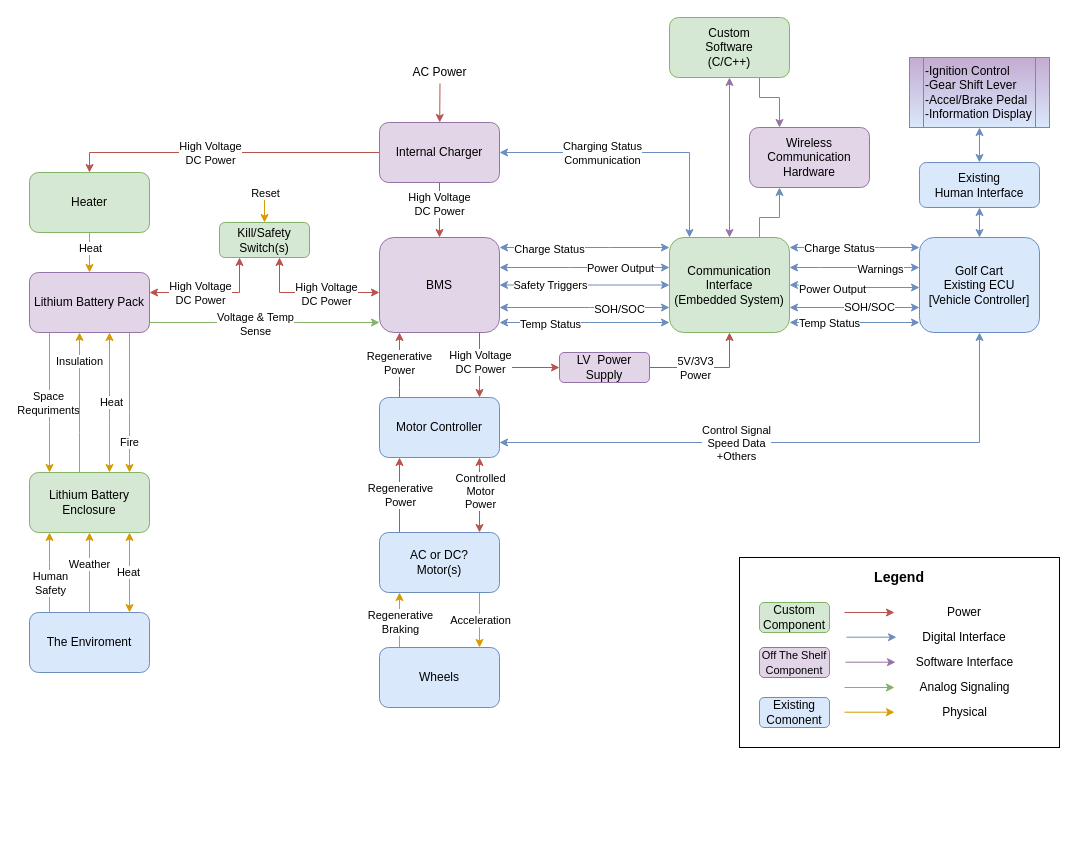
Before: Diagrams/FSD v1.1.drawio in khallman97/ENG4000, a draw.io diagram. Source tidied: cells renumbered, new cells numbered last; positions are measured from the earlier drawing's top-left corner, leaving out a move shared by most shapes. Both pictures are drawn from the tidied source at 100%, with x=0, y=0 at pixel (29, 17).
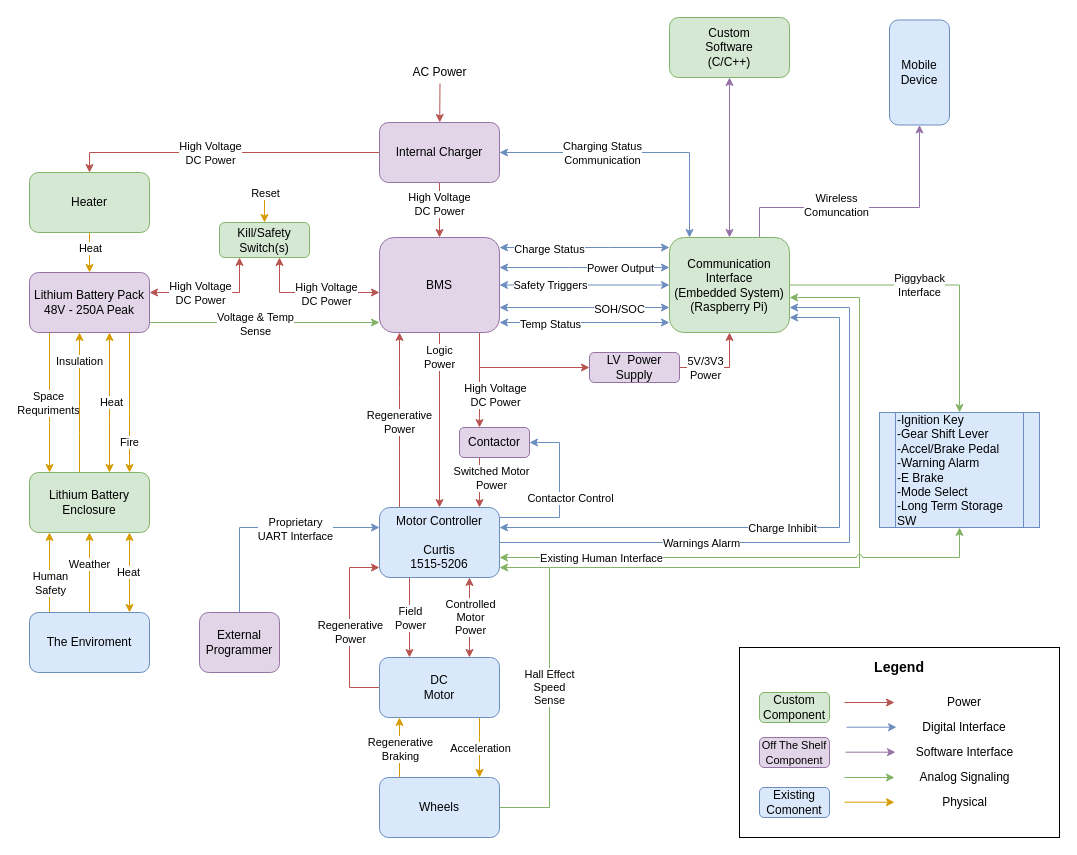
Above is the later version.

Unchanged cells that the change refers to:
```xml
<mxCell id="24" value="BMS" style="rounded=1;whiteSpace=wrap;html=1;fillColor=#e1d5e7;strokeColor=#9673a6;" parent="1" vertex="1">
  <mxGeometry x="350" y="220" width="120" height="95" as="geometry" />
</mxCell>
<mxCell id="70" value="&lt;div&gt;Custom&lt;br&gt;&lt;/div&gt;&lt;div&gt;Software&lt;/div&gt;&lt;div&gt;(C/C++)&lt;br&gt;&lt;/div&gt;" style="rounded=1;whiteSpace=wrap;html=1;fillColor=#d5e8d4;strokeColor=#82b366;" parent="1" vertex="1">
  <mxGeometry x="640" width="120" height="60" as="geometry" />
</mxCell>
<mxCell id="71" style="edgeStyle=orthogonalEdgeStyle;rounded=0;jettySize=auto;html=1;startArrow=none;startFill=0;endArrow=classic;endFill=1;fillColor=#f8cecc;strokeColor=#b85450;" parent="1" edge="1" source="73" target="48">
  <mxGeometry relative="1" as="geometry">
    <Array as="points">
      <mxPoint x="700" y="350" />
    </Array>
  </mxGeometry>
</mxCell>
```

The edit, as a diff of the source:
```diff
@@
+    <mxCell id="108" style="edgeStyle=orthogonalEdgeStyle;rounded=0;jettySize=auto;html=1;startArrow=none;startFill=0;endArrow=classic;endFill=1;fillColor=#d5e8d4;strokeColor=#82b366;jumpStyle=arc;" parent="1" edge="1" source="107" target="48">
+      <mxGeometry relative="1" as="geometry">
+        <Array as="points">
+          <mxPoint x="520" y="790" />
+          <mxPoint x="520" y="550" />
+          <mxPoint x="830" y="550" />
+          <mxPoint x="830" y="280" />
+        </Array>
+      </mxGeometry>
+    </mxCell>
@@
-    <mxCell id="14" value="&lt;div&gt;Lithium Battery Pack&lt;/div&gt;" style="rounded=1;whiteSpace=wrap;html=1;fillColor=#e1d5e7;strokeColor=#9673a6;" parent="1" vertex="1">
+    <mxCell id="14" value="&lt;div&gt;Lithium Battery Pack&lt;/div&gt;&lt;div&gt;48V - 250A Peak&lt;br&gt;&lt;/div&gt;" style="rounded=1;whiteSpace=wrap;html=1;fillColor=#e1d5e7;strokeColor=#9673a6;" parent="1" vertex="1">
       <mxGeometry y="255" width="120" height="60" as="geometry" />
     </mxCell>
@@
+    <mxCell id="109" style="edgeStyle=orthogonalEdgeStyle;rounded=0;jumpStyle=arc;jettySize=auto;html=1;startArrow=none;startFill=0;endArrow=classic;endFill=1;fillColor=#f8cecc;strokeColor=#b85450;" parent="1" edge="1" source="24" target="59">
+      <mxGeometry relative="1" as="geometry" />
+    </mxCell>
+    <mxCell id="110" value="&lt;div&gt;Logic&lt;/div&gt;&lt;div&gt;Power&lt;br&gt;&lt;/div&gt;" style="edgeLabel;html=1;align=center;verticalAlign=middle;" parent="109" vertex="1">
+      <mxGeometry x="0.25" y="-1" relative="1" as="geometry">
+        <mxPoint y="-84.7" as="offset" />
+      </mxGeometry>
+    </mxCell>
@@
-    <mxCell id="35" style="edgeStyle=orthogonalEdgeStyle;rounded=0;jettySize=auto;html=1;startArrow=classic;startFill=1;endArrow=classic;endFill=1;fillColor=#dae8fc;strokeColor=#6c8ebf;" parent="1" edge="1" source="48" target="52">
+    <mxCell id="35" style="edgeStyle=orthogonalEdgeStyle;rounded=0;jettySize=auto;html=1;startArrow=classic;startFill=1;endArrow=classic;endFill=1;fillColor=#dae8fc;strokeColor=#6c8ebf;" parent="1" edge="1" source="48" target="59">
       <mxGeometry relative="1" as="geometry">
         <Array as="points">
-          <mxPoint x="850" y="230" />
-          <mxPoint x="850" y="230" />
+          <mxPoint x="810" y="300" />
+          <mxPoint x="810" y="510" />
         </Array>
       </mxGeometry>
     </mxCell>
-    <mxCell id="36" value="Charge Status" style="edgeLabel;html=1;align=center;verticalAlign=middle;" parent="35" vertex="1">
+    <mxCell id="36" value="&lt;div&gt;Charge Inhibit&lt;br&gt;&lt;/div&gt;" style="edgeLabel;html=1;align=center;verticalAlign=middle;" parent="35" vertex="1">
       <mxGeometry x="-0.09" relative="1" as="geometry">
-        <mxPoint x="-9.3" as="offset" />
+        <mxPoint x="-45" as="offset" />
       </mxGeometry>
     </mxCell>
@@
-    <mxCell id="38" style="edgeStyle=orthogonalEdgeStyle;rounded=0;jettySize=auto;html=1;fillColor=#dae8fc;strokeColor=#6c8ebf;" parent="1" edge="1" source="48" target="87">
-      <mxGeometry relative="1" as="geometry">
-        <Array as="points">
-          <mxPoint x="730" y="200" />
-          <mxPoint x="750" y="200" />
-        </Array>
-      </mxGeometry>
-    </mxCell>
@@
-    <mxCell id="41" style="edgeStyle=orthogonalEdgeStyle;rounded=0;jettySize=auto;html=1;startArrow=classic;startFill=1;fillColor=#dae8fc;strokeColor=#6c8ebf;" parent="1" edge="1" source="48" target="52">
-      <mxGeometry relative="1" as="geometry">
-        <Array as="points">
-          <mxPoint x="825" y="268" />
-          <mxPoint x="825" y="270" />
-        </Array>
-      </mxGeometry>
-    </mxCell>
-    <mxCell id="42" value="Power Output" style="edgeLabel;html=1;align=center;verticalAlign=middle;" parent="41" vertex="1">
-      <mxGeometry x="0.16" y="-1" relative="1" as="geometry">
-        <mxPoint x="-32.5" as="offset" />
-      </mxGeometry>
-    </mxCell>
-    <mxCell id="43" style="edgeStyle=orthogonalEdgeStyle;rounded=0;jettySize=auto;html=1;startArrow=classic;startFill=1;fillColor=#dae8fc;strokeColor=#6c8ebf;" parent="1" edge="1" source="48" target="52">
+    <mxCell id="43" style="edgeStyle=orthogonalEdgeStyle;rounded=0;jettySize=auto;html=1;startArrow=classic;startFill=1;fillColor=#dae8fc;strokeColor=#6c8ebf;endArrow=none;endFill=0;" parent="1" edge="1" source="48" target="59">
       <mxGeometry relative="1" as="geometry">
         <Array as="points">
-          <mxPoint x="790" y="250" />
-          <mxPoint x="790" y="250" />
+          <mxPoint x="820" y="290" />
+          <mxPoint x="820" y="525" />
         </Array>
       </mxGeometry>
     </mxCell>
-    <mxCell id="44" value="Warnings" style="edgeLabel;html=1;align=center;verticalAlign=middle;" parent="43" vertex="1">
+    <mxCell id="44" value="Warnings Alarm" style="edgeLabel;html=1;align=center;verticalAlign=middle;" parent="43" vertex="1">
       <mxGeometry x="0.23" relative="1" as="geometry">
-        <mxPoint x="10" y="1" as="offset" />
+        <mxPoint x="-47" as="offset" />
       </mxGeometry>
     </mxCell>
-    <mxCell id="45" value="SOH/SOC" style="edgeStyle=orthogonalEdgeStyle;rounded=0;jettySize=auto;html=1;startArrow=classic;startFill=1;fillColor=#dae8fc;strokeColor=#6c8ebf;" parent="1" edge="1" source="48" target="52">
-      <mxGeometry x="0.23" relative="1" as="geometry">
-        <Array as="points">
-          <mxPoint x="840" y="290" />
-          <mxPoint x="840" y="290" />
-        </Array>
-      </mxGeometry>
-    </mxCell>
-    <mxCell id="46" style="edgeStyle=orthogonalEdgeStyle;rounded=0;jettySize=auto;html=1;startArrow=classic;startFill=1;fillColor=#dae8fc;strokeColor=#6c8ebf;" parent="1" edge="1" source="48" target="52">
-      <mxGeometry relative="1" as="geometry">
-        <Array as="points">
-          <mxPoint x="830" y="305" />
-          <mxPoint x="830" y="305" />
-        </Array>
-      </mxGeometry>
-    </mxCell>
-    <mxCell id="47" value="Temp Status" style="edgeLabel;html=1;align=center;verticalAlign=middle;" parent="46" vertex="1">
-      <mxGeometry x="0.26" relative="1" as="geometry">
-        <mxPoint x="-42.1" as="offset" />
-      </mxGeometry>
-    </mxCell>
+    <mxCell id="111" style="edgeStyle=orthogonalEdgeStyle;rounded=0;jumpStyle=arc;jettySize=auto;html=1;startArrow=none;startFill=0;endArrow=classic;endFill=1;fillColor=#e1d5e7;strokeColor=#9673a6;" parent="1" edge="1" source="48" target="124">
+      <mxGeometry relative="1" as="geometry">
+        <Array as="points">
+          <mxPoint x="730" y="190" />
+          <mxPoint x="890" y="190" />
+        </Array>
+      </mxGeometry>
+    </mxCell>
+    <mxCell id="112" value="&lt;div&gt;Wireless&lt;/div&gt;&lt;div&gt;Comuncation&lt;br&gt;&lt;/div&gt;" style="edgeLabel;html=1;align=center;verticalAlign=middle;" parent="111" vertex="1">
+      <mxGeometry x="-0.22" y="3" relative="1" as="geometry" />
+    </mxCell>
+    <mxCell id="113" style="edgeStyle=orthogonalEdgeStyle;rounded=0;jumpStyle=arc;jettySize=auto;html=1;startArrow=none;startFill=0;endArrow=classic;endFill=1;fillColor=#d5e8d4;strokeColor=#82b366;" parent="1" edge="1" source="48" target="106">
+      <mxGeometry relative="1" as="geometry">
+        <Array as="points">
+          <mxPoint x="930" y="267" />
+        </Array>
+      </mxGeometry>
+    </mxCell>
+    <mxCell id="114" value="&lt;div&gt;Piggyback&lt;/div&gt;&lt;div&gt;Interface&lt;br&gt;&lt;/div&gt;" style="edgeLabel;html=1;align=center;verticalAlign=middle;" parent="113" vertex="1">
+      <mxGeometry x="-0.14" y="1" relative="1" as="geometry">
+        <mxPoint x="1.7" y="1" as="offset" />
+      </mxGeometry>
+    </mxCell>
-    <mxCell id="48" value="&lt;div&gt;Communication Interface&lt;/div&gt;&lt;div&gt;(Embedded System)&lt;br&gt;&lt;/div&gt;" style="rounded=1;whiteSpace=wrap;html=1;fillColor=#d5e8d4;strokeColor=#82b366;" parent="1" vertex="1">
+    <mxCell id="48" value="&lt;div&gt;Communication Interface&lt;/div&gt;&lt;div&gt;(Embedded System)&lt;/div&gt;&lt;div&gt;(Raspberry Pi) &lt;br&gt;&lt;/div&gt;" style="rounded=1;whiteSpace=wrap;html=1;fillColor=#d5e8d4;strokeColor=#82b366;" parent="1" vertex="1">
       <mxGeometry x="640" y="220" width="120" height="95" as="geometry" />
     </mxCell>
-    <mxCell id="49" style="edgeStyle=orthogonalEdgeStyle;rounded=0;jettySize=auto;html=1;startArrow=classic;startFill=1;endArrow=classic;endFill=1;fillColor=#dae8fc;strokeColor=#6c8ebf;" parent="1" edge="1" source="52" target="68">
-      <mxGeometry relative="1" as="geometry" />
-    </mxCell>
-    <mxCell id="50" style="edgeStyle=orthogonalEdgeStyle;rounded=0;jettySize=auto;html=1;startArrow=classic;startFill=1;endArrow=classic;endFill=1;fillColor=#dae8fc;strokeColor=#6c8ebf;" parent="1" edge="1" source="52" target="59">
-      <mxGeometry relative="1" as="geometry">
-        <Array as="points">
-          <mxPoint x="950" y="425" />
-        </Array>
-      </mxGeometry>
-    </mxCell>
-    <mxCell id="51" value="&lt;div&gt;Control Signal&lt;/div&gt;&lt;div&gt;Speed Data&lt;br&gt;&lt;/div&gt;+Others" style="edgeLabel;html=1;align=center;verticalAlign=middle;" parent="50" vertex="1">
-      <mxGeometry x="0.2" relative="1" as="geometry" />
-    </mxCell>
-    <mxCell id="52" value="&lt;div&gt;Golf Cart&lt;/div&gt;&lt;div&gt;Existing ECU&lt;/div&gt;&lt;div&gt;[Vehicle Controller]&lt;br&gt;&lt;/div&gt;" style="rounded=1;whiteSpace=wrap;html=1;fillColor=#dae8fc;strokeColor=#6c8ebf;" parent="1" vertex="1">
-      <mxGeometry x="890" y="220" width="120" height="95" as="geometry" />
-    </mxCell>
-    <mxCell id="53" style="edgeStyle=orthogonalEdgeStyle;rounded=0;jettySize=auto;html=1;startArrow=classic;startFill=1;endArrow=none;endFill=0;fillColor=#f8cecc;strokeColor=#b85450;" parent="1" edge="1" source="59" target="24">
+    <mxCell id="53" style="edgeStyle=orthogonalEdgeStyle;rounded=0;jettySize=auto;html=1;startArrow=classic;startFill=1;endArrow=none;endFill=0;fillColor=#f8cecc;strokeColor=#b85450;" parent="1" edge="1" source="123">
       <mxGeometry relative="1" as="geometry">
+        <mxPoint x="450" y="350" as="targetPoint" />
         <Array as="points">
-          <mxPoint x="450" y="370" />
-          <mxPoint x="450" y="370" />
+          <mxPoint x="450" y="400" />
+          <mxPoint x="450" y="400" />
         </Array>
       </mxGeometry>
     </mxCell>
     <mxCell id="54" value="&lt;div&gt;High Voltage&lt;/div&gt;&lt;div&gt;DC Power&lt;/div&gt;" style="edgeLabel;html=1;align=center;verticalAlign=middle;" parent="53" vertex="1">
       <mxGeometry x="-0.33" y="3" relative="1" as="geometry">
-        <mxPoint x="3" y="-13.3" as="offset" />
+        <mxPoint x="18" y="-12.9" as="offset" />
       </mxGeometry>
     </mxCell>
     <mxCell id="55" style="edgeStyle=orthogonalEdgeStyle;rounded=0;jettySize=auto;html=1;startArrow=classic;startFill=1;endArrow=classic;endFill=1;fillColor=#f8cecc;strokeColor=#b85450;" parent="1" edge="1" source="59" target="66">
       <mxGeometry relative="1" as="geometry">
         <Array as="points">
-          <mxPoint x="450" y="450" />
-          <mxPoint x="450" y="450" />
+          <mxPoint x="440" y="630" />
+          <mxPoint x="440" y="630" />
         </Array>
       </mxGeometry>
     </mxCell>
     <mxCell id="56" value="&lt;div&gt;Controlled&lt;br&gt;&lt;/div&gt;&lt;div&gt;Motor&lt;/div&gt;&lt;div&gt;Power&lt;/div&gt;" style="edgeLabel;html=1;align=center;verticalAlign=middle;" parent="55" vertex="1">
       <mxGeometry x="-0.27" relative="1" as="geometry">
-        <mxPoint y="6.6" as="offset" />
+        <mxPoint y="10.9" as="offset" />
       </mxGeometry>
     </mxCell>
@@
+    <mxCell id="115" style="edgeStyle=orthogonalEdgeStyle;rounded=0;jumpStyle=arc;jettySize=auto;html=1;startArrow=none;startFill=0;endArrow=classic;endFill=1;fillColor=#f8cecc;strokeColor=#b85450;" parent="1" edge="1" source="59" target="66">
+      <mxGeometry relative="1" as="geometry">
+        <Array as="points">
+          <mxPoint x="380" y="620" />
+          <mxPoint x="380" y="620" />
+        </Array>
+      </mxGeometry>
+    </mxCell>
+    <mxCell id="116" value="&lt;div&gt;Field&lt;/div&gt;&lt;div&gt;Power&lt;/div&gt;" style="edgeLabel;html=1;align=center;verticalAlign=middle;" parent="115" vertex="1">
+      <mxGeometry x="-0.36" relative="1" as="geometry">
+        <mxPoint y="14.3" as="offset" />
+      </mxGeometry>
+    </mxCell>
+    <mxCell id="117" style="edgeStyle=orthogonalEdgeStyle;rounded=0;jumpStyle=arc;jettySize=auto;html=1;entryX=1;entryY=0.5;entryDx=0;entryDy=0;startArrow=none;startFill=0;endArrow=classic;endFill=1;fillColor=#dae8fc;strokeColor=#6c8ebf;" parent="1" edge="1" source="59" target="123">
+      <mxGeometry relative="1" as="geometry">
+        <Array as="points">
+          <mxPoint x="530" y="500" />
+          <mxPoint x="530" y="425" />
+        </Array>
+      </mxGeometry>
+    </mxCell>
+    <mxCell id="118" value="Contactor Control" style="edgeLabel;html=1;align=center;verticalAlign=middle;" parent="117" vertex="1">
+      <mxGeometry x="-0.3" y="-2" relative="1" as="geometry">
+        <mxPoint x="12.3" y="-22" as="offset" />
+      </mxGeometry>
+    </mxCell>
-    <mxCell id="59" value="Motor Controller" style="rounded=1;whiteSpace=wrap;html=1;fillColor=#dae8fc;strokeColor=#6c8ebf;" parent="1" vertex="1">
-      <mxGeometry x="350" y="380" width="120" height="60" as="geometry" />
+    <mxCell id="59" value="&lt;div&gt;Motor Controller&lt;/div&gt;&lt;div&gt;&lt;br&gt;&lt;/div&gt;&lt;div&gt;Curtis&lt;/div&gt;&lt;div&gt;1515-5206&lt;br&gt;&lt;/div&gt;" style="rounded=1;whiteSpace=wrap;html=1;fillColor=#dae8fc;strokeColor=#6c8ebf;" parent="1" vertex="1">
+      <mxGeometry x="350" y="490" width="120" height="70" as="geometry" />
     </mxCell>
     <mxCell id="60" style="edgeStyle=orthogonalEdgeStyle;rounded=0;sketch=0;jettySize=auto;html=1;startArrow=classic;startFill=1;fillColor=#ffe6cc;strokeColor=#d79b00;endArrow=none;endFill=0;" parent="1" edge="1" source="66" target="107">
       <mxGeometry relative="1" as="geometry">
         <Array as="points">
-          <mxPoint x="370" y="600" />
-          <mxPoint x="370" y="600" />
+          <mxPoint x="370" y="720" />
+          <mxPoint x="370" y="720" />
         </Array>
       </mxGeometry>
     </mxCell>
@@
     <mxCell id="62" style="edgeStyle=orthogonalEdgeStyle;rounded=0;sketch=0;jettySize=auto;html=1;startArrow=none;startFill=0;fillColor=#ffe6cc;strokeColor=#d79b00;endArrow=classic;endFill=1;" parent="1" edge="1" source="66" target="107">
       <mxGeometry relative="1" as="geometry">
         <Array as="points">
-          <mxPoint x="450" y="610" />
-          <mxPoint x="450" y="610" />
+          <mxPoint x="450" y="720" />
+          <mxPoint x="450" y="720" />
         </Array>
       </mxGeometry>
     </mxCell>
@@
     <mxCell id="64" style="edgeStyle=orthogonalEdgeStyle;rounded=0;sketch=0;jettySize=auto;html=1;startArrow=none;startFill=0;endArrow=classic;endFill=1;fillColor=#f8cecc;strokeColor=#b85450;" parent="1" edge="1" source="66" target="59">
       <mxGeometry relative="1" as="geometry">
         <Array as="points">
-          <mxPoint x="370" y="480" />
-          <mxPoint x="370" y="480" />
+          <mxPoint x="320" y="670" />
+          <mxPoint x="320" y="550" />
         </Array>
       </mxGeometry>
     </mxCell>
     <mxCell id="65" value="&lt;div&gt;Regenerative&lt;/div&gt;&lt;div&gt;Power&lt;br&gt;&lt;/div&gt;" style="edgeLabel;html=1;align=center;verticalAlign=middle;" parent="64" vertex="1">
       <mxGeometry x="0.31" relative="1" as="geometry">
-        <mxPoint y="11" as="offset" />
+        <mxPoint y="32.6" as="offset" />
       </mxGeometry>
     </mxCell>
-    <mxCell id="66" value="&lt;div&gt;AC or DC?&lt;br&gt;&lt;/div&gt;&lt;div&gt;Motor(s)&lt;/div&gt;" style="rounded=1;whiteSpace=wrap;html=1;fillColor=#dae8fc;strokeColor=#6c8ebf;" parent="1" vertex="1">
-      <mxGeometry x="350" y="515" width="120" height="60" as="geometry" />
+    <mxCell id="66" value="&lt;div&gt;DC&lt;br&gt;&lt;/div&gt;&lt;div&gt;Motor&lt;/div&gt;" style="rounded=1;whiteSpace=wrap;html=1;fillColor=#dae8fc;strokeColor=#6c8ebf;" parent="1" vertex="1">
+      <mxGeometry x="350" y="640" width="120" height="60" as="geometry" />
     </mxCell>
-    <mxCell id="67" style="edgeStyle=orthogonalEdgeStyle;rounded=0;jettySize=auto;html=1;startArrow=classic;startFill=1;fillColor=#dae8fc;strokeColor=#6c8ebf;" parent="1" edge="1" source="68" target="106">
-      <mxGeometry relative="1" as="geometry" />
+    <mxCell id="67" style="edgeStyle=orthogonalEdgeStyle;rounded=0;jettySize=auto;html=1;startArrow=classic;startFill=1;fillColor=#d5e8d4;strokeColor=#82b366;jumpStyle=arc;" parent="1" edge="1" source="59" target="106">
+      <mxGeometry relative="1" as="geometry">
+        <Array as="points">
+          <mxPoint x="930" y="540" />
+        </Array>
+      </mxGeometry>
     </mxCell>
-    <mxCell id="68" value="&lt;div&gt;Existing&lt;br&gt;&lt;/div&gt;&lt;div&gt;Human Interface&lt;/div&gt;" style="rounded=1;whiteSpace=wrap;html=1;align=center;fillColor=#dae8fc;strokeColor=#6c8ebf;" parent="1" vertex="1">
-      <mxGeometry x="890" y="145" width="120" height="45" as="geometry" />
+    <mxCell id="68" value="&lt;div&gt;Existing Human Interface&lt;br&gt;&lt;/div&gt;" style="edgeLabel;html=1;align=center;verticalAlign=middle;points=[];" parent="67" vertex="1">
+      <mxGeometry x="-0.35" relative="1" as="geometry">
+        <mxPoint x="-57.1" as="offset" />
+      </mxGeometry>
     </mxCell>
-    <mxCell id="69" style="edgeStyle=orthogonalEdgeStyle;rounded=0;jettySize=auto;html=1;fillColor=#e1d5e7;strokeColor=#9673a6;" parent="1" edge="1" source="70" target="87">
-      <mxGeometry relative="1" as="geometry">
-        <Array as="points">
-          <mxPoint x="730" y="80" />
-          <mxPoint x="750" y="80" />
-        </Array>
-      </mxGeometry>
-    </mxCell>
@@
     <mxCell id="72" value="&lt;div&gt;5V/3V3&lt;/div&gt;&lt;div&gt;Power&lt;br&gt;&lt;/div&gt;" style="edgeLabel;html=1;align=center;verticalAlign=middle;" parent="71" vertex="1">
       <mxGeometry x="-0.08" y="-3" relative="1" as="geometry">
-        <mxPoint x="-8" y="-3" as="offset" />
+        <mxPoint x="-14" y="-3" as="offset" />
       </mxGeometry>
     </mxCell>
     <mxCell id="73" value="LV&amp;nbsp; Power Supply" style="rounded=1;whiteSpace=wrap;html=1;align=center;fillColor=#e1d5e7;strokeColor=#9673a6;" parent="1" vertex="1">
-      <mxGeometry x="530" y="335" width="90" height="30" as="geometry" />
+      <mxGeometry x="560" y="335" width="90" height="30" as="geometry" />
     </mxCell>
@@
-    <mxCell id="87" value="&lt;div&gt;Wireless&lt;/div&gt;&lt;div&gt;Communication&lt;/div&gt;&lt;div&gt;Hardware&lt;br&gt;&lt;/div&gt;" style="rounded=1;whiteSpace=wrap;html=1;fillColor=#e1d5e7;strokeColor=#9673a6;" parent="1" vertex="1">
-      <mxGeometry x="720" y="110" width="120" height="60" as="geometry" />
-    </mxCell>
     <mxCell id="88" style="group;" parent="1" vertex="1">
-      <mxGeometry x="710" y="540" width="320" height="190" as="geometry" />
+      <mxGeometry x="710" y="630" width="320" height="190" as="geometry" />
     </mxCell>
@@
-    <mxCell id="106" value="&lt;div&gt;-Ignition Control&lt;/div&gt;&lt;div&gt;-Gear Shift Lever&lt;/div&gt;&lt;div&gt;-Accel/Brake Pedal&lt;br&gt;&lt;/div&gt;&lt;div&gt;-Information Display&lt;br&gt;&lt;/div&gt;" style="shape=process;whiteSpace=wrap;html=1;backgroundOutline=1;align=left;fillColor=#dae8fc;strokeColor=#6c8ebf;gradientColor=#C3ABD0;gradientDirection=north;" parent="1" vertex="1">
-      <mxGeometry x="880" y="40" width="140" height="70" as="geometry" />
+    <mxCell id="106" value="&lt;div&gt;-Ignition Key&lt;br&gt;&lt;/div&gt;&lt;div&gt;-Gear Shift Lever&lt;/div&gt;&lt;div&gt;-Accel/Brake Pedal&lt;br&gt;&lt;/div&gt;&lt;div&gt;-Warning Alarm&lt;/div&gt;&lt;div&gt;-E Brake&lt;br&gt;&lt;/div&gt;&lt;div&gt;-Mode Select&lt;/div&gt;&lt;div&gt;-Long Term Storage SW&lt;br&gt;&lt;/div&gt;" style="shape=process;whiteSpace=wrap;html=1;backgroundOutline=1;align=left;fillColor=#dae8fc;strokeColor=#6c8ebf;gradientDirection=north;" parent="1" vertex="1">
+      <mxGeometry x="850" y="395" width="160" height="115" as="geometry" />
     </mxCell>
+    <mxCell id="119" style="edgeStyle=orthogonalEdgeStyle;rounded=0;jettySize=auto;html=1;fillColor=#d5e8d4;strokeColor=#82b366;" parent="1" edge="1" source="107" target="59">
+      <mxGeometry relative="1" as="geometry">
+        <Array as="points">
+          <mxPoint x="520" y="790" />
+          <mxPoint x="520" y="550" />
+        </Array>
+      </mxGeometry>
+    </mxCell>
+    <mxCell id="120" value="&lt;div&gt;Hall Effect&lt;br&gt;&lt;/div&gt;&lt;div&gt;Speed&lt;/div&gt;&lt;div&gt;Sense&lt;br&gt;&lt;/div&gt;" style="edgeLabel;html=1;align=center;verticalAlign=middle;" parent="119" vertex="1">
+      <mxGeometry x="-0.19" y="1" relative="1" as="geometry">
+        <mxPoint y="-32.3" as="offset" />
+      </mxGeometry>
+    </mxCell>
     <mxCell id="107" value="&lt;div align=&quot;center&quot;&gt;Wheels&lt;/div&gt;" style="rounded=1;whiteSpace=wrap;html=1;glass=0;sketch=0;strokeColor=#6c8ebf;align=center;fillColor=#dae8fc;" parent="1" vertex="1">
-      <mxGeometry x="350" y="630" width="120" height="60" as="geometry" />
+      <mxGeometry x="350" y="760" width="120" height="60" as="geometry" />
     </mxCell>
+    <mxCell id="121" style="edgeStyle=orthogonalEdgeStyle;rounded=0;jumpStyle=arc;jettySize=auto;html=1;startArrow=none;startFill=0;endArrow=classic;endFill=1;fillColor=#f8cecc;strokeColor=#b85450;" parent="1" edge="1" source="123" target="59">
+      <mxGeometry relative="1" as="geometry">
+        <Array as="points">
+          <mxPoint x="450" y="480" />
+          <mxPoint x="450" y="480" />
+        </Array>
+      </mxGeometry>
+    </mxCell>
+    <mxCell id="122" value="&lt;div&gt;Switched Motor&lt;/div&gt;&lt;div&gt;Power&lt;br&gt;&lt;/div&gt;" style="edgeLabel;html=1;align=center;verticalAlign=middle;" parent="121" vertex="1">
+      <mxGeometry x="0.6" y="-21" relative="1" as="geometry">
+        <mxPoint x="32" y="-20" as="offset" />
+      </mxGeometry>
+    </mxCell>
+    <mxCell id="123" value="Contactor" style="rounded=1;whiteSpace=wrap;html=1;align=center;fillColor=#e1d5e7;strokeColor=#9673a6;" parent="1" vertex="1">
+      <mxGeometry x="430" y="410" width="70" height="30" as="geometry" />
+    </mxCell>
+    <mxCell id="124" value="&lt;div&gt;Mobile&lt;/div&gt;&lt;div&gt;Device&lt;br&gt;&lt;/div&gt;" style="rounded=1;whiteSpace=wrap;html=1;fillColor=#dae8fc;strokeColor=#6c8ebf;" parent="1" vertex="1">
+      <mxGeometry x="860" y="2.5" width="60" height="105" as="geometry" />
+    </mxCell>
+    <mxCell id="125" style="edgeStyle=orthogonalEdgeStyle;rounded=0;jumpStyle=arc;jettySize=auto;html=1;startArrow=none;startFill=0;endArrow=classic;endFill=1;fillColor=#dae8fc;strokeColor=#6c8ebf;" parent="1" edge="1" source="127" target="59">
+      <mxGeometry relative="1" as="geometry">
+        <Array as="points">
+          <mxPoint x="210" y="510" />
+        </Array>
+      </mxGeometry>
+    </mxCell>
+    <mxCell id="126" value="&lt;div&gt;Proprietary&lt;/div&gt;&lt;div&gt;UART Interface&lt;br&gt;&lt;/div&gt;" style="edgeLabel;html=1;align=center;verticalAlign=middle;" parent="125" vertex="1">
+      <mxGeometry x="-0.26" y="-44" relative="1" as="geometry">
+        <mxPoint x="11" y="-1" as="offset" />
+      </mxGeometry>
+    </mxCell>
+    <mxCell id="127" value="&lt;div&gt;External&lt;/div&gt;&lt;div&gt;Programmer&lt;br&gt;&lt;/div&gt;" style="rounded=1;whiteSpace=wrap;html=1;fillColor=#e1d5e7;strokeColor=#9673a6;" parent="1" vertex="1">
+      <mxGeometry x="170" y="595" width="80" height="60" as="geometry" />
+    </mxCell>
```
